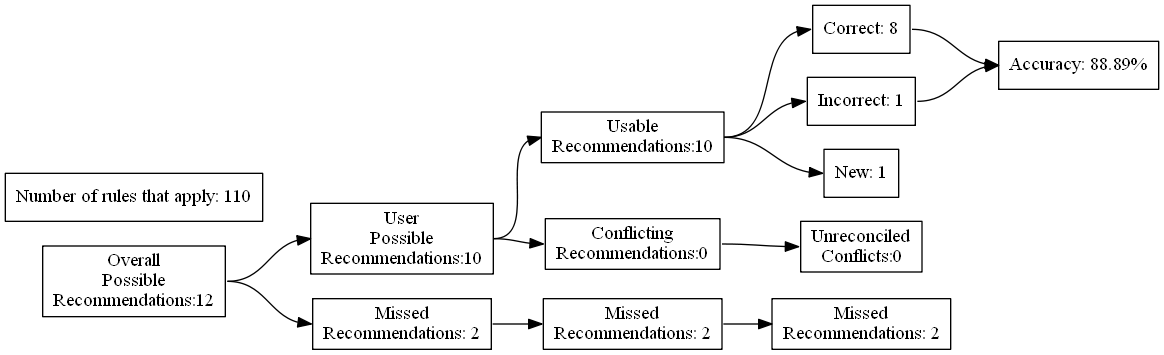
ZaxR/ibd_diet_analysis keeps this Graphviz diagram as test_renders/14.gv.png. Above is the earlier version. Its source is kept beside it as test_renders/14.gv. Its diagram source:
```dot
digraph {
	graph [rankdir=LR]
	node [pos=r shape=box]
	edge [headport=w tailport=e]
		A [label="Overall
Possible
Recommendations:12"]
		B [label="User
Possible
Recommendations:10"]
		C [label="Missed
Recommendations: 2"]
		D [label="Usable
Recommendations:10"]
		E [label="Conflicting
Recommendations:0"]
		J [label="Missed
Recommendations: 2"]
		M [label="Unreconciled
Conflicts:0"]
		F [label="Correct: 8"]
		G [label="Incorrect: 1"]
		H [label="New: 1"]
		K [label="Missed
Recommendations: 2"]
		I [label="Accuracy: 88.89%"]
		l [label="Number of rules that apply: 110"]
			A -> B
			A -> C
			B -> D
			B -> E
			D -> F
			D -> G
			D -> H
			F -> I
			G -> I
			C -> J
			J -> K
			E -> M
}
```
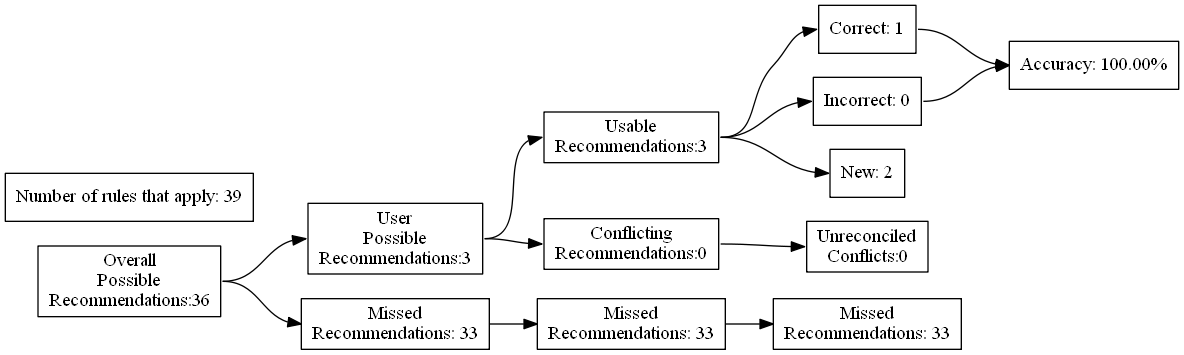
After the change.

Change to the diagram source:
```diff
@@ -4,27 +4,27 @@
 	edge [headport=w tailport=e]
 		A [label="Overall
 Possible
-Recommendations:12"]
+Recommendations:36"]
 		B [label="User
 Possible
-Recommendations:10"]
+Recommendations:3"]
 		C [label="Missed
-Recommendations: 2"]
+Recommendations: 33"]
 		D [label="Usable
-Recommendations:10"]
+Recommendations:3"]
 		E [label="Conflicting
 Recommendations:0"]
 		J [label="Missed
-Recommendations: 2"]
+Recommendations: 33"]
 		M [label="Unreconciled
 Conflicts:0"]
-		F [label="Correct: 8"]
-		G [label="Incorrect: 1"]
-		H [label="New: 1"]
+		F [label="Correct: 1"]
+		G [label="Incorrect: 0"]
+		H [label="New: 2"]
 		K [label="Missed
-Recommendations: 2"]
-		I [label="Accuracy: 88.89%"]
-		l [label="Number of rules that apply: 110"]
+Recommendations: 33"]
+		I [label="Accuracy: 100.00%"]
+		l [label="Number of rules that apply: 39"]
 			A -> B
 			A -> C
 			B -> D
```
